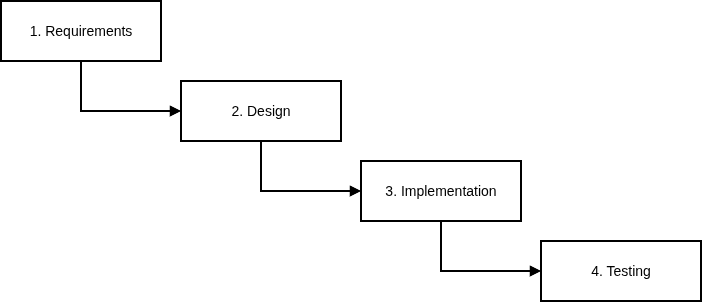
TheUnknown392/ches keeps this draw.io diagram as Reports/images/waterfall.png. Above is the earlier version. Source tidied: cells renumbered, new cells last; positions are measured from the earlier drawing's top-left corner, leaving out a move shared by most shapes.
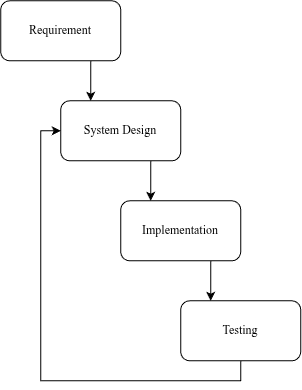
The same file after the commit.

Diff of the diagram source:
```diff
@@ -2,26 +2,29 @@
   <root>
     <mxCell id="0" />
     <mxCell id="1" parent="0" />
-    <mxCell id="2" value="1. Requirements" style="rounded=0;whiteSpace=wrap;html=1;fillColor=#FFFFFF;strokeColor=#000000;strokeWidth=2;fontColor=#000000;fontSize=14;" parent="1" vertex="1">
-      <mxGeometry width="160" height="60" as="geometry" />
-    </mxCell>
-    <mxCell id="3" value="2. Design" style="rounded=0;whiteSpace=wrap;html=1;fillColor=#FFFFFF;strokeColor=#000000;strokeWidth=2;fontColor=#000000;fontSize=14;" parent="1" vertex="1">
-      <mxGeometry x="180" y="80" width="160" height="60" as="geometry" />
-    </mxCell>
-    <mxCell id="4" value="3. Implementation" style="rounded=0;whiteSpace=wrap;html=1;fillColor=#FFFFFF;strokeColor=#000000;strokeWidth=2;fontColor=#000000;fontSize=14;" parent="1" vertex="1">
-      <mxGeometry x="360" y="160" width="160" height="60" as="geometry" />
-    </mxCell>
-    <mxCell id="5" value="4. Testing" style="rounded=0;whiteSpace=wrap;html=1;fillColor=#FFFFFF;strokeColor=#000000;strokeWidth=2;fontColor=#000000;fontSize=14;" parent="1" vertex="1">
-      <mxGeometry x="540" y="240" width="160" height="60" as="geometry" />
-    </mxCell>
-    <mxCell id="6" style="edgeStyle=orthogonalEdgeStyle;rounded=0;html=1;strokeColor=#000000;strokeWidth=2;endArrow=block;endFill=1;exitX=0.5;exitY=1;exitDx=0;exitDy=0;entryX=0;entryY=0.5;entryDx=0;entryDy=0;" parent="1" edge="1" source="2" target="3">
-      <mxGeometry relative="1" as="geometry" />
-    </mxCell>
-    <mxCell id="7" style="edgeStyle=orthogonalEdgeStyle;rounded=0;html=1;strokeColor=#000000;strokeWidth=2;endArrow=block;endFill=1;exitX=0.5;exitY=1;exitDx=0;exitDy=0;entryX=0;entryY=0.5;entryDx=0;entryDy=0;" parent="1" edge="1" source="3" target="4">
-      <mxGeometry relative="1" as="geometry" />
-    </mxCell>
-    <mxCell id="8" style="edgeStyle=orthogonalEdgeStyle;rounded=0;html=1;strokeColor=#000000;strokeWidth=2;endArrow=block;endFill=1;exitX=0.5;exitY=1;exitDx=0;exitDy=0;entryX=0;entryY=0.5;entryDx=0;entryDy=0;" parent="1" edge="1" source="4" target="5">
-      <mxGeometry relative="1" as="geometry" />
-    </mxCell>
+    <mxCell id="9" style="edgeStyle=orthogonalEdgeStyle;rounded=0;jettySize=auto;html=1;exitX=0.75;exitY=1;exitDx=0;exitDy=0;entryX=0.25;entryY=0;entryDx=0;entryDy=0;fontFamily=Times New Roman;" parent="1" edge="1" source="10" target="12">
+      <mxGeometry relative="1" as="geometry" />
+    </mxCell>
+    <mxCell id="10" value="Requirement" style="rounded=1;whiteSpace=wrap;html=1;roundedPerimeter=1;fontFamily=Times New Roman;" parent="1" vertex="1">
+      <mxGeometry x="-110" width="120" height="60" as="geometry" />
+    </mxCell>
+    <mxCell id="11" style="edgeStyle=orthogonalEdgeStyle;rounded=0;jettySize=auto;html=1;exitX=0.75;exitY=1;exitDx=0;exitDy=0;entryX=0.25;entryY=0;entryDx=0;entryDy=0;fontFamily=Times New Roman;" parent="1" edge="1" source="12" target="14">
+      <mxGeometry relative="1" as="geometry" />
+    </mxCell>
+    <mxCell id="12" value="System Design" style="rounded=1;whiteSpace=wrap;html=1;roundedPerimeter=1;fontFamily=Times New Roman;" parent="1" vertex="1">
+      <mxGeometry x="-50" y="100" width="120" height="60" as="geometry" />
+    </mxCell>
+    <mxCell id="13" style="edgeStyle=orthogonalEdgeStyle;rounded=0;jettySize=auto;html=1;exitX=0.75;exitY=1;exitDx=0;exitDy=0;entryX=0.25;entryY=0;entryDx=0;entryDy=0;fontFamily=Times New Roman;" parent="1" edge="1" source="14" target="15">
+      <mxGeometry relative="1" as="geometry" />
+    </mxCell>
+    <mxCell id="14" value="Implementation" style="rounded=1;whiteSpace=wrap;html=1;roundedPerimeter=1;fontFamily=Times New Roman;" parent="1" vertex="1">
+      <mxGeometry x="10" y="200" width="120" height="60" as="geometry" />
+    </mxCell>
+    <mxCell id="15" value="Testing" style="rounded=1;whiteSpace=wrap;html=1;roundedPerimeter=1;fontFamily=Times New Roman;" parent="1" vertex="1">
+      <mxGeometry x="70" y="300" width="120" height="60" as="geometry" />
+    </mxCell>
+    <mxCell id="16" style="edgeStyle=orthogonalEdgeStyle;rounded=0;jettySize=auto;html=1;exitX=0.5;exitY=1;exitDx=0;exitDy=0;entryX=0;entryY=0.5;entryDx=0;entryDy=0;fontFamily=Times New Roman;" parent="1" edge="1" source="15" target="12">
+      <mxGeometry x="-0.06" relative="1" as="geometry" />
+    </mxCell>
   </root>
 </mxGraphModel>
```
